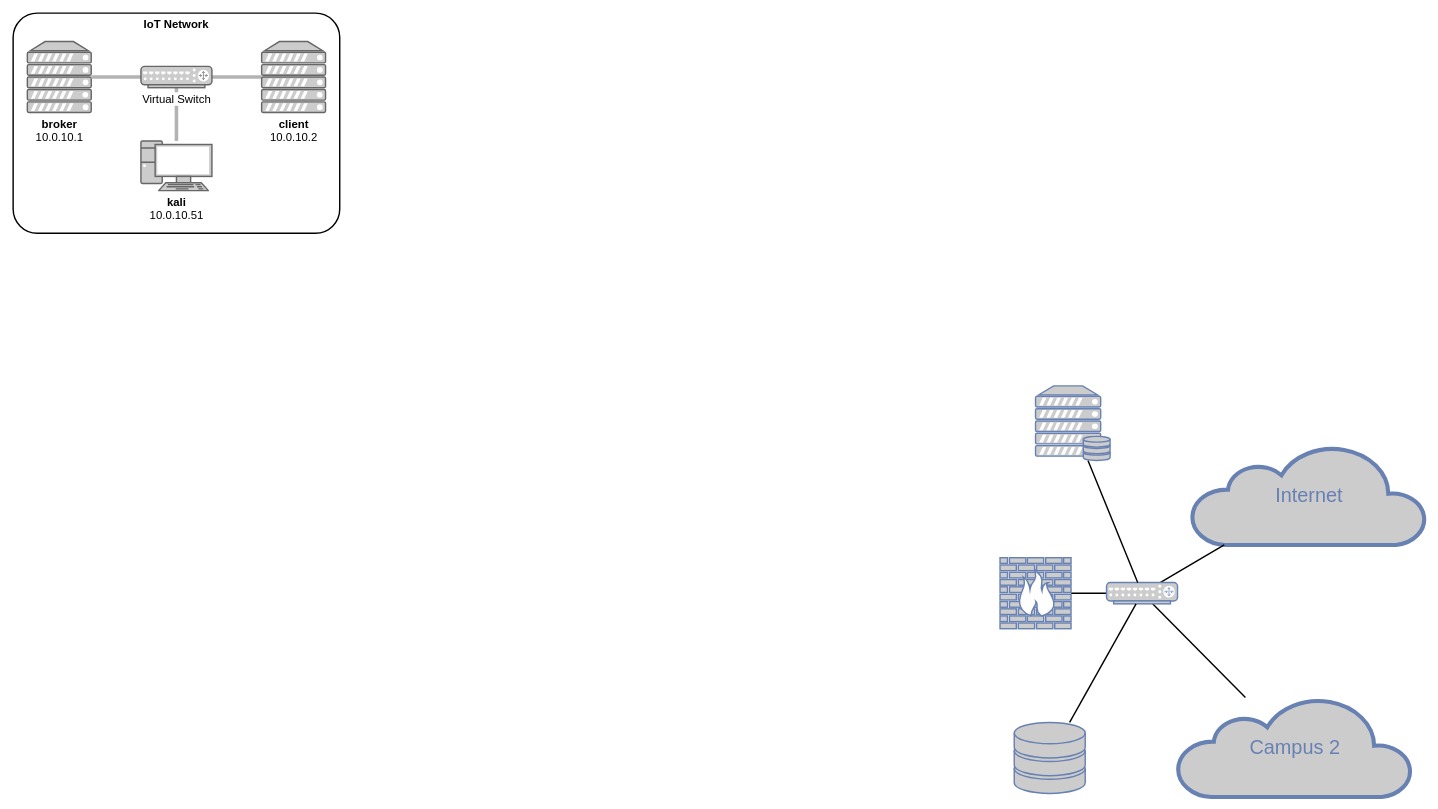
Above: diagrams/Testbed.drawio in molatho/master-thesis (draw.io), before the change. Source tidied: cells renumbered, new cells numbered last; positions are measured from the earlier drawing's top-left corner, leaving out a move shared by most shapes. Both pictures are drawn from the tidied source at 71%, with x=0, y=0 at pixel (13, 13).
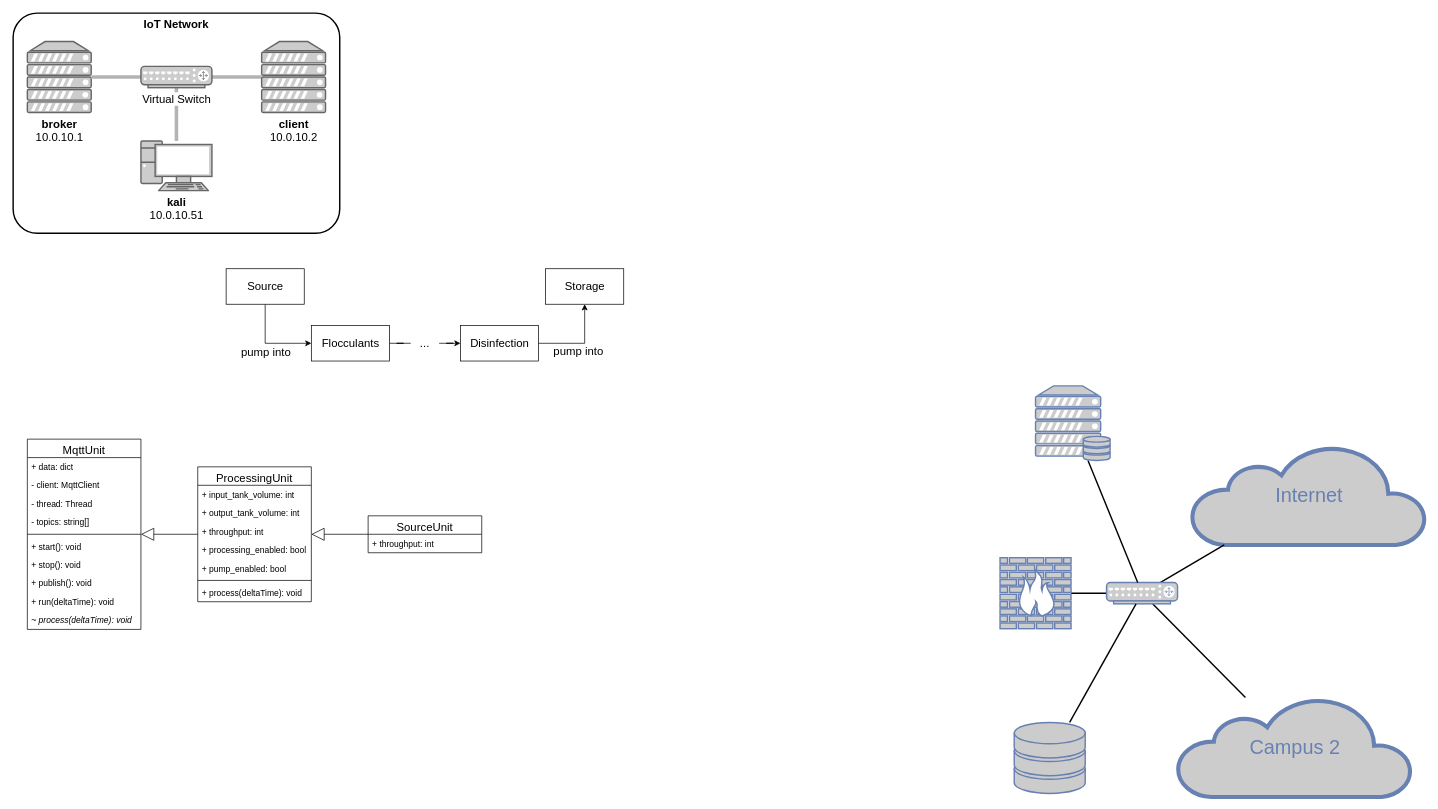
After the change.

Commit message (it also covers changes not shown here):
Finished testbed

What changed in the source:
```diff
@@
+    <mxCell id="21" style="edgeStyle=orthogonalEdgeStyle;rounded=0;jettySize=auto;html=1;sourcePerimeterSpacing=0;endArrow=classic;endFill=1;targetPerimeterSpacing=0;strokeWidth=1;fontFamily=Helvetica;fontSize=16;fontColor=#000000;" parent="1" edge="1" source="23" target="25">
+      <mxGeometry relative="1" as="geometry">
+        <Array as="points">
+          <mxPoint x="355" y="465" />
+        </Array>
+      </mxGeometry>
+    </mxCell>
+    <mxCell id="22" value="pump into" style="edgeLabel;html=1;align=center;verticalAlign=middle;fontSize=16;fontFamily=Helvetica;fontColor=#000000;labelBackgroundColor=none;" parent="21" vertex="1">
+      <mxGeometry x="0.1" y="-1" relative="1" as="geometry">
+        <mxPoint x="-10.8" y="11" as="offset" />
+      </mxGeometry>
+    </mxCell>
+    <mxCell id="23" value="Source" style="html=1;labelBackgroundColor=#ffffff;strokeColor=#000000;fontFamily=Helvetica;fontSize=16;fontColor=#000000;" parent="1" vertex="1">
+      <mxGeometry x="300" y="360" width="110" height="50" as="geometry" />
+    </mxCell>
+    <mxCell id="24" style="edgeStyle=orthogonalEdgeStyle;rounded=0;jettySize=auto;html=1;sourcePerimeterSpacing=0;endArrow=none;endFill=0;targetPerimeterSpacing=0;strokeColor=#000000;strokeWidth=1;fontFamily=Helvetica;fontSize=16;fontColor=#000000;" parent="1" edge="1" source="25" target="30">
+      <mxGeometry relative="1" as="geometry" />
+    </mxCell>
+    <mxCell id="25" value="Flocculants" style="html=1;labelBackgroundColor=#ffffff;strokeColor=#000000;fontFamily=Helvetica;fontSize=16;fontColor=#000000;" parent="1" vertex="1">
+      <mxGeometry x="420" y="440" width="110" height="50" as="geometry" />
+    </mxCell>
+    <mxCell id="26" value="Storage" style="html=1;labelBackgroundColor=#ffffff;strokeColor=#000000;fontFamily=Helvetica;fontSize=16;fontColor=#000000;" parent="1" vertex="1">
+      <mxGeometry x="750" y="360" width="110" height="50" as="geometry" />
+    </mxCell>
+    <mxCell id="27" value="Disinfection" style="html=1;labelBackgroundColor=#ffffff;strokeColor=#000000;fontFamily=Helvetica;fontSize=16;fontColor=#000000;" parent="1" vertex="1">
+      <mxGeometry x="630" y="440" width="110" height="50" as="geometry" />
+    </mxCell>
+    <mxCell id="28" style="edgeStyle=orthogonalEdgeStyle;rounded=0;jettySize=auto;html=1;sourcePerimeterSpacing=0;endArrow=classic;endFill=1;targetPerimeterSpacing=0;strokeWidth=1;fontFamily=Helvetica;fontSize=16;fontColor=#000000;" parent="1" edge="1" source="27" target="26">
+      <mxGeometry relative="1" as="geometry">
+        <Array as="points">
+          <mxPoint x="805" y="465" />
+        </Array>
+      </mxGeometry>
+    </mxCell>
+    <mxCell id="29" value="pump into" style="edgeLabel;html=1;align=center;verticalAlign=middle;fontSize=16;fontFamily=Helvetica;fontColor=#000000;labelBackgroundColor=none;" parent="28" vertex="1">
+      <mxGeometry x="0.1" y="-1" relative="1" as="geometry">
+        <mxPoint x="-10.8" y="11" as="offset" />
+      </mxGeometry>
+    </mxCell>
+    <mxCell id="30" value="..." style="text;html=1;strokeColor=none;fillColor=none;align=center;verticalAlign=middle;whiteSpace=wrap;rounded=0;labelBackgroundColor=none;fontFamily=Helvetica;fontSize=16;fontColor=#000000;" parent="1" vertex="1">
+      <mxGeometry x="560" y="455" width="40" height="20" as="geometry" />
+    </mxCell>
+    <mxCell id="31" style="edgeStyle=orthogonalEdgeStyle;rounded=0;jettySize=auto;html=1;sourcePerimeterSpacing=0;endArrow=classic;endFill=1;targetPerimeterSpacing=0;strokeColor=#000000;strokeWidth=1;fontFamily=Helvetica;fontSize=16;fontColor=#000000;" parent="1" edge="1" source="30" target="27">
+      <mxGeometry relative="1" as="geometry" />
+    </mxCell>
+    <mxCell id="32" value="MqttUnit" style="swimlane;fontStyle=0;align=center;verticalAlign=top;horizontal=1;startSize=26;labelBackgroundColor=none;strokeColor=#000000;fontFamily=Helvetica;fontSize=16;fontColor=#000000;" parent="1" vertex="1">
+      <mxGeometry x="20" y="600" width="160" height="268" as="geometry" />
+    </mxCell>
+    <mxCell id="33" value="+ data: dict" style="text;strokeColor=none;fillColor=none;align=left;verticalAlign=top;spacingLeft=4;spacingRight=4;overflow=hidden;" parent="32" vertex="1">
+      <mxGeometry y="26" width="160" height="26" as="geometry" />
+    </mxCell>
+    <mxCell id="34" value="- client: MqttClient" style="text;strokeColor=none;fillColor=none;align=left;verticalAlign=top;spacingLeft=4;spacingRight=4;overflow=hidden;" parent="32" vertex="1">
+      <mxGeometry y="52" width="160" height="26" as="geometry" />
+    </mxCell>
+    <mxCell id="35" value="- thread: Thread" style="text;strokeColor=none;fillColor=none;align=left;verticalAlign=top;spacingLeft=4;spacingRight=4;overflow=hidden;" parent="32" vertex="1">
+      <mxGeometry y="78" width="160" height="26" as="geometry" />
+    </mxCell>
+    <mxCell id="36" value="- topics: string[]" style="text;strokeColor=none;fillColor=none;align=left;verticalAlign=top;spacingLeft=4;spacingRight=4;overflow=hidden;" parent="32" vertex="1">
+      <mxGeometry y="104" width="160" height="26" as="geometry" />
+    </mxCell>
+    <mxCell id="37" style="line;strokeWidth=1;fillColor=none;align=left;verticalAlign=middle;spacingTop=-1;spacingLeft=3;spacingRight=3;labelPosition=right;" parent="32" vertex="1">
+      <mxGeometry y="130" width="160" height="8" as="geometry" />
+    </mxCell>
+    <mxCell id="38" value="+ start(): void" style="text;strokeColor=none;fillColor=none;align=left;verticalAlign=top;spacingLeft=4;spacingRight=4;overflow=hidden;" parent="32" vertex="1">
+      <mxGeometry y="138" width="160" height="26" as="geometry" />
+    </mxCell>
+    <mxCell id="39" value="+ stop(): void" style="text;strokeColor=none;fillColor=none;align=left;verticalAlign=top;spacingLeft=4;spacingRight=4;overflow=hidden;" parent="32" vertex="1">
+      <mxGeometry y="164" width="160" height="26" as="geometry" />
+    </mxCell>
+    <mxCell id="40" value="+ publish(): void" style="text;strokeColor=none;fillColor=none;align=left;verticalAlign=top;spacingLeft=4;spacingRight=4;overflow=hidden;" parent="32" vertex="1">
+      <mxGeometry y="190" width="160" height="26" as="geometry" />
+    </mxCell>
+    <mxCell id="41" value="+ run(deltaTime): void" style="text;strokeColor=none;fillColor=none;align=left;verticalAlign=top;spacingLeft=4;spacingRight=4;overflow=hidden;" parent="32" vertex="1">
+      <mxGeometry y="216" width="160" height="26" as="geometry" />
+    </mxCell>
+    <mxCell id="42" value="~ process(deltaTime): void" style="text;strokeColor=none;fillColor=none;align=left;verticalAlign=top;spacingLeft=4;spacingRight=4;overflow=hidden;fontStyle=2;" parent="32" vertex="1">
+      <mxGeometry y="242" width="160" height="26" as="geometry" />
+    </mxCell>
+    <mxCell id="43" value="ProcessingUnit" style="swimlane;fontStyle=0;align=center;verticalAlign=top;horizontal=1;startSize=26;labelBackgroundColor=none;strokeColor=#000000;fontFamily=Helvetica;fontSize=16;fontColor=#000000;" parent="1" vertex="1">
+      <mxGeometry x="260" y="639" width="160" height="190" as="geometry" />
+    </mxCell>
+    <mxCell id="44" value="+ input_tank_volume: int" style="text;strokeColor=none;fillColor=none;align=left;verticalAlign=top;spacingLeft=4;spacingRight=4;overflow=hidden;" parent="43" vertex="1">
+      <mxGeometry y="26" width="160" height="26" as="geometry" />
+    </mxCell>
+    <mxCell id="45" value="+ output_tank_volume: int" style="text;strokeColor=none;fillColor=none;align=left;verticalAlign=top;spacingLeft=4;spacingRight=4;overflow=hidden;" parent="43" vertex="1">
+      <mxGeometry y="52" width="160" height="26" as="geometry" />
+    </mxCell>
+    <mxCell id="46" value="+ throughput: int" style="text;strokeColor=none;fillColor=none;align=left;verticalAlign=top;spacingLeft=4;spacingRight=4;overflow=hidden;" parent="43" vertex="1">
+      <mxGeometry y="78" width="160" height="26" as="geometry" />
+    </mxCell>
+    <mxCell id="47" value="+ processing_enabled: bool" style="text;strokeColor=none;fillColor=none;align=left;verticalAlign=top;spacingLeft=4;spacingRight=4;overflow=hidden;" parent="43" vertex="1">
+      <mxGeometry y="104" width="160" height="26" as="geometry" />
+    </mxCell>
+    <mxCell id="48" value="+ pump_enabled: bool" style="text;strokeColor=none;fillColor=none;align=left;verticalAlign=top;spacingLeft=4;spacingRight=4;overflow=hidden;" parent="43" vertex="1">
+      <mxGeometry y="130" width="160" height="26" as="geometry" />
+    </mxCell>
+    <mxCell id="49" style="line;strokeWidth=1;fillColor=none;align=left;verticalAlign=middle;spacingTop=-1;spacingLeft=3;spacingRight=3;labelPosition=right;" parent="43" vertex="1">
+      <mxGeometry y="156" width="160" height="8" as="geometry" />
+    </mxCell>
+    <mxCell id="50" value="+ process(deltaTime): void" style="text;strokeColor=none;fillColor=none;align=left;verticalAlign=top;spacingLeft=4;spacingRight=4;overflow=hidden;" parent="43" vertex="1">
+      <mxGeometry y="164" width="160" height="26" as="geometry" />
+    </mxCell>
+    <mxCell id="51" style="endArrow=block;endSize=16;endFill=0;html=1;strokeColor=#000000;strokeWidth=1;fontFamily=Helvetica;fontSize=16;fontColor=#000000;" parent="1" edge="1" source="43" target="32">
+      <mxGeometry x="-0.09" y="46" relative="1" as="geometry" />
+    </mxCell>
+    <mxCell id="52" value="SourceUnit" style="swimlane;fontStyle=0;align=center;verticalAlign=top;horizontal=1;startSize=26;labelBackgroundColor=none;strokeColor=#000000;fontFamily=Helvetica;fontSize=16;fontColor=#000000;" parent="1" vertex="1">
+      <mxGeometry x="500" y="708" width="160" height="52" as="geometry" />
+    </mxCell>
+    <mxCell id="53" value="+ throughput: int" style="text;strokeColor=none;fillColor=none;align=left;verticalAlign=top;spacingLeft=4;spacingRight=4;overflow=hidden;" parent="52" vertex="1">
+      <mxGeometry y="26" width="160" height="26" as="geometry" />
+    </mxCell>
+    <mxCell id="54" style="endArrow=block;endSize=16;endFill=0;html=1;strokeColor=#000000;strokeWidth=1;fontFamily=Helvetica;fontSize=16;fontColor=#000000;" parent="1" edge="1" source="52" target="43">
+      <mxGeometry x="-0.09" y="46" relative="1" as="geometry" />
+    </mxCell>
```
